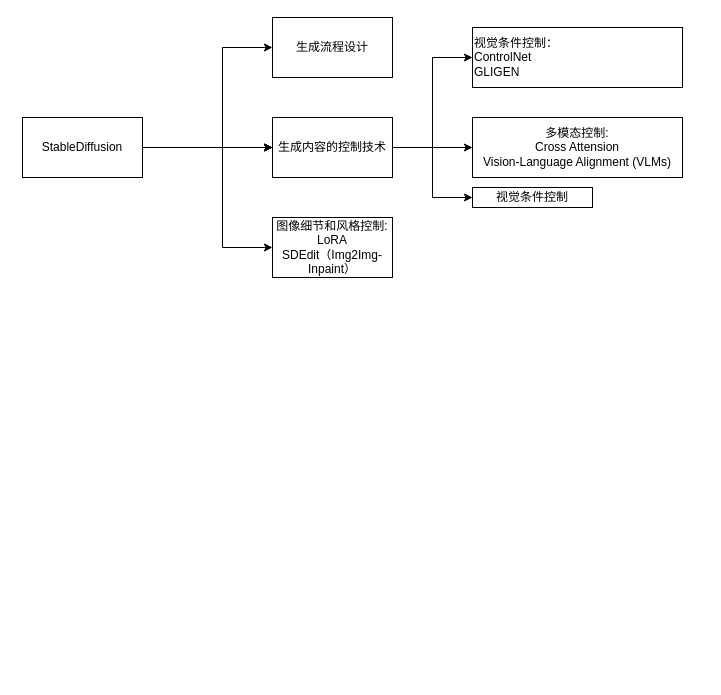
This is DigitalImageProcessing/StableDiffusion技术梳理.drawio from baizhu0414/Diagrams, a draw.io file, before an edit. Source tidied: cells renumbered, new cells numbered last; positions are measured from the earlier drawing's top-left corner, leaving out a move shared by most shapes. Both pictures are drawn from the tidied source at 100%, with x=0, y=0 at pixel (22, 17).
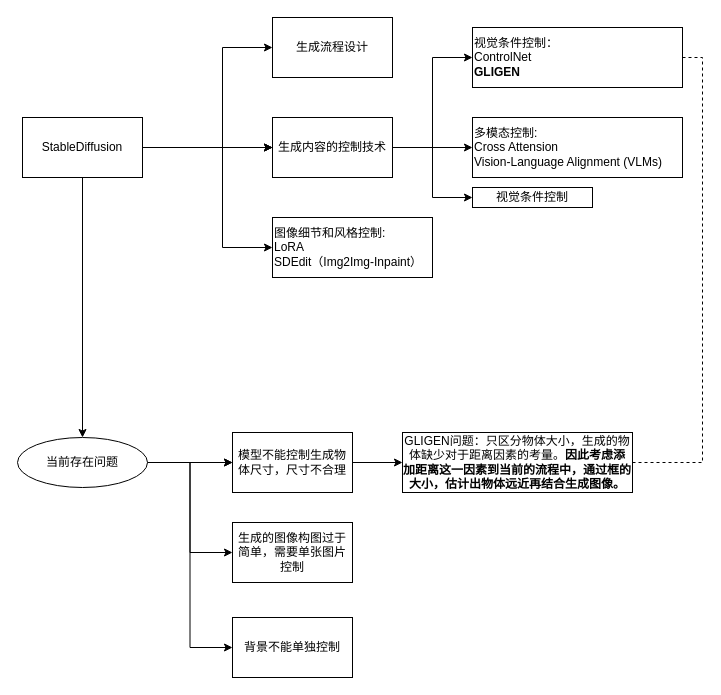
Above is the later version.

Commit message:
更新StableDiffusion技术梳理.drawio

The change refers to these unchanged cells:
```xml
<mxCell id="7" value="StableDiffusion" style="whiteSpace=wrap;html=1;" parent="1" vertex="1">
  <mxGeometry y="100" width="120" height="60" as="geometry" />
</mxCell>
```

What changed in the source:
```diff
@@
+    <mxCell id="17" style="edgeStyle=orthogonalEdgeStyle;rounded=0;jettySize=auto;html=1;" parent="1" edge="1" source="7" target="24">
+      <mxGeometry relative="1" as="geometry" />
+    </mxCell>
@@
-    <mxCell id="13" value="图像细节和风格控制:&lt;br&gt;LoRA&lt;div&gt;&lt;span style=&quot;text-align: left;&quot;&gt;SDEdit（Img2Img-&lt;/span&gt;&lt;span style=&quot;text-align: left; background-color: initial;&quot;&gt;Inpaint）&lt;/span&gt;&lt;/div&gt;" style="whiteSpace=wrap;html=1;" parent="1" vertex="1">
-      <mxGeometry x="250" y="200" width="120" height="60" as="geometry" />
+    <mxCell id="13" value="图像细节和风格控制:&lt;br&gt;LoRA&lt;div&gt;&lt;span style=&quot;&quot;&gt;SDEdit（Img2Img-&lt;/span&gt;&lt;span style=&quot;background-color: initial;&quot;&gt;Inpaint）&lt;/span&gt;&lt;/div&gt;" style="whiteSpace=wrap;html=1;align=left;" parent="1" vertex="1">
+      <mxGeometry x="250" y="200" width="160" height="60" as="geometry" />
     </mxCell>
+    <mxCell id="18" style="edgeStyle=orthogonalEdgeStyle;rounded=0;jettySize=auto;html=1;exitX=1;exitY=0.5;exitDx=0;exitDy=0;entryX=1;entryY=0.5;entryDx=0;entryDy=0;dashed=1;endArrow=none;endFill=0;" parent="1" edge="1" source="14" target="19">
+      <mxGeometry relative="1" as="geometry" />
+    </mxCell>
-    <mxCell id="14" value="视觉条件控制：&lt;div&gt;ControlNet&lt;br&gt;GLIGEN&lt;br&gt;&lt;/div&gt;" style="whiteSpace=wrap;html=1;align=left;" parent="1" vertex="1">
+    <mxCell id="14" value="视觉条件控制：&lt;div&gt;ControlNet&lt;br&gt;&lt;b&gt;GLIGEN&lt;/b&gt;&lt;br&gt;&lt;/div&gt;" style="whiteSpace=wrap;html=1;align=left;" parent="1" vertex="1">
       <mxGeometry x="450" y="10" width="210" height="60" as="geometry" />
     </mxCell>
-    <mxCell id="15" value="多模态控制:&lt;br&gt;Cross Attension&lt;div&gt;Vision-Language Alignment (VLMs)&lt;/div&gt;" style="whiteSpace=wrap;html=1;" parent="1" vertex="1">
+    <mxCell id="15" value="多模态控制:&lt;br&gt;Cross Attension&lt;div&gt;Vision-Language Alignment (VLMs)&lt;/div&gt;" style="whiteSpace=wrap;html=1;align=left;" parent="1" vertex="1">
       <mxGeometry x="450" y="100" width="210" height="60" as="geometry" />
     </mxCell>
@@
+    <mxCell id="19" value="GLIGEN问题：只区分物体大小，生成的物体缺少对于距离因素的考量。&lt;b&gt;因此考虑添加距离这一因素到当前的流程中，通过框的大小，估计出物体远近再结合生成图像。&lt;/b&gt;" style="whiteSpace=wrap;html=1;" parent="1" vertex="1">
+      <mxGeometry x="380" y="415" width="230" height="60" as="geometry" />
+    </mxCell>
+    <mxCell id="20" style="edgeStyle=orthogonalEdgeStyle;rounded=0;jettySize=auto;html=1;" parent="1" edge="1" source="24" target="26">
+      <mxGeometry relative="1" as="geometry" />
+    </mxCell>
+    <mxCell id="21" style="edgeStyle=orthogonalEdgeStyle;rounded=0;jettySize=auto;html=1;" parent="1" edge="1" source="24" target="26">
+      <mxGeometry relative="1" as="geometry" />
+    </mxCell>
+    <mxCell id="22" style="edgeStyle=orthogonalEdgeStyle;rounded=0;jettySize=auto;html=1;exitX=1;exitY=0.5;exitDx=0;exitDy=0;entryX=0;entryY=0.5;entryDx=0;entryDy=0;" parent="1" edge="1" source="24" target="27">
+      <mxGeometry relative="1" as="geometry" />
+    </mxCell>
+    <mxCell id="23" style="edgeStyle=orthogonalEdgeStyle;rounded=0;jettySize=auto;html=1;exitX=1;exitY=0.5;exitDx=0;exitDy=0;entryX=0;entryY=0.5;entryDx=0;entryDy=0;" parent="1" edge="1" source="24" target="28">
+      <mxGeometry relative="1" as="geometry" />
+    </mxCell>
+    <mxCell id="24" value="当前存在问题" style="ellipse;whiteSpace=wrap;html=1;" parent="1" vertex="1">
+      <mxGeometry x="-5" y="420" width="130" height="50" as="geometry" />
+    </mxCell>
+    <mxCell id="25" style="edgeStyle=orthogonalEdgeStyle;rounded=0;jettySize=auto;html=1;exitX=1;exitY=0.5;exitDx=0;exitDy=0;entryX=0;entryY=0.5;entryDx=0;entryDy=0;" parent="1" edge="1" source="26" target="19">
+      <mxGeometry relative="1" as="geometry" />
+    </mxCell>
+    <mxCell id="26" value="模型不能控制生成物体尺寸，尺寸不合理" style="whiteSpace=wrap;html=1;" parent="1" vertex="1">
+      <mxGeometry x="210" y="415" width="120" height="60" as="geometry" />
+    </mxCell>
+    <mxCell id="27" value="生成的图像构图过于简单，需要单张图片控制" style="whiteSpace=wrap;html=1;" parent="1" vertex="1">
+      <mxGeometry x="210" y="505" width="120" height="60" as="geometry" />
+    </mxCell>
+    <mxCell id="28" value="背景不能单独控制" style="whiteSpace=wrap;html=1;" parent="1" vertex="1">
+      <mxGeometry x="210" y="600" width="120" height="60" as="geometry" />
+    </mxCell>
```
